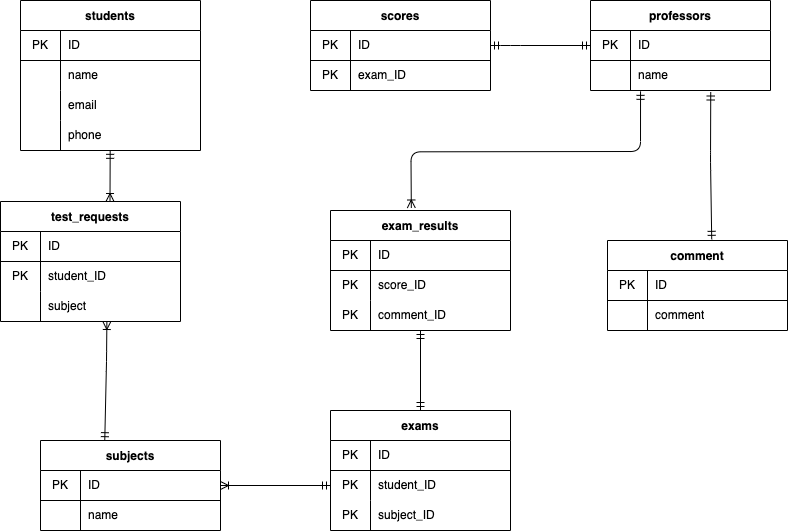
Earlier version of the draw.io export exercice.drawio.png (diaaa0219/drawio_exercice8). Source tidied: cells renumbered, new cells last; positions are measured from the earlier drawing's top-left corner, leaving out a move shared by most shapes.
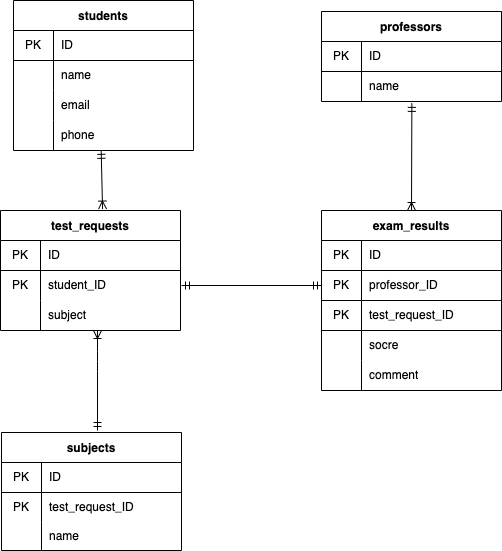
The same diagram one commit later.

Diff of the diagram source:
```diff
@@ -3,7 +3,7 @@
     <mxCell id="0" />
     <mxCell id="1" parent="0" />
     <mxCell id="2" value="students" style="shape=table;startSize=30;rowLines=0;fontStyle=1;align=center;" parent="1" vertex="1">
-      <mxGeometry x="20" width="180" height="150" as="geometry" />
+      <mxGeometry x="22" width="180" height="150" as="geometry" />
     </mxCell>
     <mxCell id="3" style="shape=partialRectangle;html=1;whiteSpace=wrap;fillColor=none;top=0;left=0;bottom=1;right=0;" parent="2" vertex="1">
       <mxGeometry y="30" width="180" height="30" as="geometry" />
@@ -41,47 +41,13 @@
     <mxCell id="14" value="phone" style="shape=partialRectangle;html=1;whiteSpace=wrap;fillColor=none;top=0;left=0;bottom=0;right=0;align=left;spacingLeft=6;overflow=hidden;" parent="12" vertex="1">
       <mxGeometry x="40" width="140" height="30" as="geometry" />
     </mxCell>
-    <mxCell id="15" style="edgeStyle=none;html=1;exitX=0.5;exitY=0;exitDx=0;exitDy=0;endArrow=ERmandOne;endFill=0;startArrow=ERoneToMany;startFill=0;entryX=0.501;entryY=0.961;entryDx=0;entryDy=0;entryPerimeter=0;" parent="1" edge="1">
+    <mxCell id="15" style="edgeStyle=none;html=1;exitX=0.567;exitY=-0.012;exitDx=0;exitDy=0;endArrow=ERmandOne;endFill=0;startArrow=ERoneToMany;startFill=0;entryX=0.501;entryY=0.961;entryDx=0;entryDy=0;entryPerimeter=0;exitPerimeter=0;" parent="1" edge="1" source="52">
       <mxGeometry relative="1" as="geometry">
-        <mxPoint x="109.5" y="201" as="sourcePoint" />
         <mxPoint x="109.7" y="149.8" as="targetPoint" />
       </mxGeometry>
     </mxCell>
-    <mxCell id="16" style="edgeStyle=none;html=1;exitX=0.5;exitY=0;exitDx=0;exitDy=0;entryX=0.5;entryY=1;entryDx=0;entryDy=0;startArrow=ERmandOne;startFill=0;endArrow=ERmandOne;endFill=0;" parent="1" edge="1" source="17" target="70">
-      <mxGeometry relative="1" as="geometry" />
-    </mxCell>
-    <mxCell id="17" value="exams" style="shape=table;startSize=30;rowLines=0;fontStyle=1;align=center;" parent="1" vertex="1">
-      <mxGeometry x="330" y="410" width="180" height="120" as="geometry" />
-    </mxCell>
-    <mxCell id="18" style="shape=partialRectangle;html=1;whiteSpace=wrap;fillColor=none;top=0;left=0;bottom=1;right=0;" parent="17" vertex="1">
-      <mxGeometry y="30" width="180" height="30" as="geometry" />
-    </mxCell>
-    <mxCell id="19" value="PK" style="shape=partialRectangle;html=1;whiteSpace=wrap;fillColor=none;top=0;left=0;bottom=0;right=0;overflow=hidden;" parent="18" vertex="1">
-      <mxGeometry width="40" height="30" as="geometry" />
-    </mxCell>
-    <mxCell id="20" value="ID" style="shape=partialRectangle;html=1;whiteSpace=wrap;fillColor=none;top=0;left=0;bottom=0;right=0;align=left;spacingLeft=6;overflow=hidden;" parent="18" vertex="1">
-      <mxGeometry x="40" width="140" height="30" as="geometry" />
-    </mxCell>
-    <mxCell id="21" style="shape=partialRectangle;html=1;whiteSpace=wrap;fillColor=none;top=0;left=0;bottom=0;right=0;points=[[0,0.5],[1,0.5]];portConstraint=eastwest;" parent="17" vertex="1">
-      <mxGeometry y="60" width="180" height="30" as="geometry" />
-    </mxCell>
-    <mxCell id="22" value="PK" style="shape=partialRectangle;html=1;whiteSpace=wrap;fillColor=none;top=0;left=0;bottom=0;right=0;overflow=hidden;" parent="21" vertex="1">
-      <mxGeometry width="40" height="30" as="geometry" />
-    </mxCell>
-    <mxCell id="23" value="student_ID" style="shape=partialRectangle;html=1;whiteSpace=wrap;fillColor=none;top=0;left=0;bottom=0;right=0;align=left;spacingLeft=6;overflow=hidden;" parent="21" vertex="1">
-      <mxGeometry x="40" width="140" height="30" as="geometry" />
-    </mxCell>
-    <mxCell id="24" style="shape=partialRectangle;html=1;whiteSpace=wrap;fillColor=none;top=0;left=0;bottom=0;right=0;" parent="17" vertex="1">
-      <mxGeometry y="90" width="180" height="30" as="geometry" />
-    </mxCell>
-    <mxCell id="25" value="PK" style="shape=partialRectangle;html=1;whiteSpace=wrap;fillColor=none;top=0;left=0;bottom=0;right=0;overflow=hidden;" parent="24" vertex="1">
-      <mxGeometry width="40" height="30" as="geometry" />
-    </mxCell>
-    <mxCell id="26" value="subject_ID" style="shape=partialRectangle;html=1;whiteSpace=wrap;fillColor=none;top=0;left=0;bottom=0;right=0;align=left;spacingLeft=6;overflow=hidden;" parent="24" vertex="1">
-      <mxGeometry x="40" width="140" height="30" as="geometry" />
-    </mxCell>
     <mxCell id="27" value="professors" style="shape=table;startSize=30;rowLines=0;fontStyle=1;align=center;" parent="1" vertex="1">
-      <mxGeometry x="590" width="180" height="90" as="geometry" />
+      <mxGeometry x="330" y="11" width="180" height="90" as="geometry" />
     </mxCell>
     <mxCell id="28" style="shape=partialRectangle;html=1;whiteSpace=wrap;fillColor=none;top=0;left=0;bottom=1;right=0;points=[[0,0.5],[1,0.5]];portConstraint=eastwest;" parent="27" vertex="1">
       <mxGeometry y="30" width="180" height="30" as="geometry" />
@@ -101,80 +67,17 @@
     <mxCell id="33" value="name" style="shape=partialRectangle;html=1;whiteSpace=wrap;fillColor=none;top=0;left=0;bottom=0;right=0;align=left;spacingLeft=6;overflow=hidden;" parent="31" vertex="1">
       <mxGeometry x="40" width="140" height="30" as="geometry" />
     </mxCell>
-    <mxCell id="34" style="edgeStyle=none;html=1;entryX=0.668;entryY=1.05;entryDx=0;entryDy=0;startArrow=ERmandOne;startFill=0;endArrow=ERmandOne;endFill=0;entryPerimeter=0;exitX=0.579;exitY=-0.013;exitDx=0;exitDy=0;exitPerimeter=0;" parent="1" edge="1" source="45" target="31">
-      <mxGeometry relative="1" as="geometry">
-        <Array as="points">
-          <mxPoint x="710" y="160" />
-        </Array>
-      </mxGeometry>
-    </mxCell>
-    <mxCell id="35" style="edgeStyle=none;html=1;startArrow=ERmandOne;startFill=0;endArrow=ERmandOne;endFill=0;entryX=1;entryY=0.5;entryDx=0;entryDy=0;exitX=0;exitY=0.5;exitDx=0;exitDy=0;" parent="1" edge="1" source="28" target="39">
-      <mxGeometry relative="1" as="geometry">
-        <Array as="points">
-          <mxPoint x="510" y="45" />
-        </Array>
-      </mxGeometry>
-    </mxCell>
-    <mxCell id="36" style="edgeStyle=none;html=1;entryX=0.278;entryY=1.028;entryDx=0;entryDy=0;startArrow=ERoneToMany;startFill=0;endArrow=ERmandOne;endFill=0;entryPerimeter=0;exitX=0.449;exitY=-0.021;exitDx=0;exitDy=0;exitPerimeter=0;" parent="1" edge="1" source="70" target="31">
-      <mxGeometry relative="1" as="geometry">
-        <Array as="points">
-          <mxPoint x="410.5" y="151.3" />
-          <mxPoint x="640" y="151" />
-        </Array>
-      </mxGeometry>
-    </mxCell>
-    <mxCell id="37" style="edgeStyle=none;html=1;exitX=0.357;exitY=0.002;exitDx=0;exitDy=0;startArrow=ERmandOne;startFill=0;endArrow=ERoneToMany;endFill=0;entryX=0.591;entryY=0.967;entryDx=0;entryDy=0;entryPerimeter=0;exitPerimeter=0;" parent="1" edge="1" source="63">
+    <mxCell id="37" style="edgeStyle=none;html=1;startArrow=ERmandOne;startFill=0;endArrow=ERoneToMany;endFill=0;" parent="1" edge="1">
       <mxGeometry relative="1" as="geometry">
-        <mxPoint x="106.4" y="321" as="targetPoint" />
+        <mxPoint x="106" y="430" as="sourcePoint" />
+        <mxPoint x="106" y="330" as="targetPoint" />
         <Array as="points">
           <mxPoint x="106" y="361" />
         </Array>
       </mxGeometry>
     </mxCell>
-    <mxCell id="38" value="scores" style="shape=table;startSize=30;rowLines=0;fontStyle=1;align=center;" parent="1" vertex="1">
-      <mxGeometry x="310" width="180" height="90" as="geometry" />
-    </mxCell>
-    <mxCell id="39" style="shape=partialRectangle;html=1;whiteSpace=wrap;fillColor=none;top=0;left=0;bottom=1;right=0;points=[[0,0.5],[1,0.5]];portConstraint=eastwest;" parent="38" vertex="1">
-      <mxGeometry y="30" width="180" height="30" as="geometry" />
-    </mxCell>
-    <mxCell id="40" value="PK" style="shape=partialRectangle;html=1;whiteSpace=wrap;fillColor=none;top=0;left=0;bottom=0;right=0;overflow=hidden;" parent="39" vertex="1">
-      <mxGeometry width="40" height="30" as="geometry" />
-    </mxCell>
-    <mxCell id="41" value="ID" style="shape=partialRectangle;html=1;whiteSpace=wrap;fillColor=none;top=0;left=0;bottom=0;right=0;align=left;spacingLeft=6;overflow=hidden;" parent="39" vertex="1">
-      <mxGeometry x="40" width="140" height="30" as="geometry" />
-    </mxCell>
-    <mxCell id="42" style="shape=partialRectangle;html=1;whiteSpace=wrap;fillColor=none;top=0;left=0;bottom=0;right=0;" parent="38" vertex="1">
-      <mxGeometry y="60" width="180" height="30" as="geometry" />
-    </mxCell>
-    <mxCell id="43" value="PK" style="shape=partialRectangle;html=1;whiteSpace=wrap;fillColor=none;top=0;left=0;bottom=0;right=0;overflow=hidden;" parent="42" vertex="1">
-      <mxGeometry width="40" height="30" as="geometry" />
-    </mxCell>
-    <mxCell id="44" value="exam_ID" style="shape=partialRectangle;html=1;whiteSpace=wrap;fillColor=none;top=0;left=0;bottom=0;right=0;align=left;spacingLeft=6;overflow=hidden;" parent="42" vertex="1">
-      <mxGeometry x="40" width="140" height="30" as="geometry" />
-    </mxCell>
-    <mxCell id="45" value="comment" style="shape=table;startSize=30;rowLines=0;fontStyle=1;align=center;" parent="1" vertex="1">
-      <mxGeometry x="607" y="240" width="180" height="90" as="geometry" />
-    </mxCell>
-    <mxCell id="46" style="shape=partialRectangle;html=1;whiteSpace=wrap;fillColor=none;top=0;left=0;bottom=1;right=0;" parent="45" vertex="1">
-      <mxGeometry y="30" width="180" height="30" as="geometry" />
-    </mxCell>
-    <mxCell id="47" value="PK" style="shape=partialRectangle;html=1;whiteSpace=wrap;fillColor=none;top=0;left=0;bottom=0;right=0;overflow=hidden;" parent="46" vertex="1">
-      <mxGeometry width="40" height="30" as="geometry" />
-    </mxCell>
-    <mxCell id="48" value="ID" style="shape=partialRectangle;html=1;whiteSpace=wrap;fillColor=none;top=0;left=0;bottom=0;right=0;align=left;spacingLeft=6;overflow=hidden;" parent="46" vertex="1">
-      <mxGeometry x="40" width="140" height="30" as="geometry" />
-    </mxCell>
-    <mxCell id="49" style="shape=partialRectangle;html=1;whiteSpace=wrap;fillColor=none;top=0;left=0;bottom=0;right=0;" parent="45" vertex="1">
-      <mxGeometry y="60" width="180" height="30" as="geometry" />
-    </mxCell>
-    <mxCell id="50" style="shape=partialRectangle;html=1;whiteSpace=wrap;fillColor=none;top=0;left=0;bottom=0;right=0;overflow=hidden;" parent="49" vertex="1">
-      <mxGeometry width="40" height="30" as="geometry" />
-    </mxCell>
-    <mxCell id="51" value="comment" style="shape=partialRectangle;html=1;whiteSpace=wrap;fillColor=none;top=0;left=0;bottom=0;right=0;align=left;spacingLeft=6;overflow=hidden;" parent="49" vertex="1">
-      <mxGeometry x="40" width="140" height="30" as="geometry" />
-    </mxCell>
     <mxCell id="52" value="test_requests" style="shape=table;startSize=30;rowLines=0;fontStyle=1;align=center;" parent="1" vertex="1">
-      <mxGeometry y="201" width="180" height="120" as="geometry" />
+      <mxGeometry x="9" y="210" width="180" height="120" as="geometry" />
     </mxCell>
     <mxCell id="53" style="shape=partialRectangle;html=1;whiteSpace=wrap;fillColor=none;top=0;left=0;bottom=1;right=0;" parent="52" vertex="1">
       <mxGeometry y="30" width="180" height="30" as="geometry" />
@@ -203,11 +106,8 @@
     <mxCell id="61" value="subject" style="shape=partialRectangle;html=1;whiteSpace=wrap;fillColor=none;top=0;left=0;bottom=0;right=0;align=left;spacingLeft=6;overflow=hidden;" parent="59" vertex="1">
       <mxGeometry x="40" width="140" height="30" as="geometry" />
     </mxCell>
-    <mxCell id="62" style="edgeStyle=none;html=1;exitX=1;exitY=0.5;exitDx=0;exitDy=0;startArrow=ERoneToMany;startFill=0;endArrow=ERmandOne;endFill=0;entryX=0;entryY=0.5;entryDx=0;entryDy=0;" parent="1" edge="1" source="64" target="21">
-      <mxGeometry relative="1" as="geometry" />
-    </mxCell>
     <mxCell id="63" value="subjects" style="shape=table;startSize=30;rowLines=0;fontStyle=1;align=center;" parent="1" vertex="1">
-      <mxGeometry x="40" y="440" width="180" height="90" as="geometry" />
+      <mxGeometry x="10" y="432" width="180" height="118" as="geometry" />
     </mxCell>
     <mxCell id="64" style="shape=partialRectangle;html=1;whiteSpace=wrap;fillColor=none;top=0;left=0;bottom=1;right=0;points=[[0,0.5],[1,0.5]];portConstraint=eastwest;" parent="63" vertex="1">
       <mxGeometry y="30" width="180" height="30" as="geometry" />
@@ -221,14 +121,26 @@
     <mxCell id="67" style="shape=partialRectangle;html=1;whiteSpace=wrap;fillColor=none;top=0;left=0;bottom=0;right=0;" parent="63" vertex="1">
       <mxGeometry y="60" width="180" height="30" as="geometry" />
     </mxCell>
-    <mxCell id="68" style="shape=partialRectangle;html=1;whiteSpace=wrap;fillColor=none;top=0;left=0;bottom=0;right=0;overflow=hidden;" parent="67" vertex="1">
+    <mxCell id="68" value="PK" style="shape=partialRectangle;html=1;whiteSpace=wrap;fillColor=none;top=0;left=0;bottom=0;right=0;overflow=hidden;" parent="67" vertex="1">
       <mxGeometry width="40" height="30" as="geometry" />
     </mxCell>
-    <mxCell id="69" value="name" style="shape=partialRectangle;html=1;whiteSpace=wrap;fillColor=none;top=0;left=0;bottom=0;right=0;align=left;spacingLeft=6;overflow=hidden;" parent="67" vertex="1">
+    <mxCell id="69" value="test_request_ID" style="shape=partialRectangle;html=1;whiteSpace=wrap;fillColor=none;top=0;left=0;bottom=0;right=0;align=left;spacingLeft=6;overflow=hidden;" parent="67" vertex="1">
       <mxGeometry x="40" width="140" height="30" as="geometry" />
     </mxCell>
+    <mxCell id="80" style="shape=partialRectangle;html=1;whiteSpace=wrap;fillColor=none;top=0;left=0;bottom=0;right=0;" parent="63" vertex="1">
+      <mxGeometry y="90" width="180" height="28" as="geometry" />
+    </mxCell>
+    <mxCell id="81" style="shape=partialRectangle;html=1;whiteSpace=wrap;fillColor=none;top=0;left=0;bottom=0;right=0;overflow=hidden;" parent="80" vertex="1">
+      <mxGeometry width="40" height="28" as="geometry" />
+    </mxCell>
+    <mxCell id="82" value="name" style="shape=partialRectangle;html=1;whiteSpace=wrap;fillColor=none;top=0;left=0;bottom=0;right=0;align=left;spacingLeft=6;overflow=hidden;" parent="80" vertex="1">
+      <mxGeometry x="40" width="140" height="28" as="geometry" />
+    </mxCell>
+    <mxCell id="36" style="edgeStyle=none;html=1;exitX=0.5;exitY=0;exitDx=0;exitDy=0;entryX=0.502;entryY=1.063;entryDx=0;entryDy=0;entryPerimeter=0;startArrow=ERoneToMany;startFill=0;endArrow=ERmandOne;endFill=0;" parent="1" edge="1" source="70" target="31">
+      <mxGeometry relative="1" as="geometry" />
+    </mxCell>
     <mxCell id="70" value="exam_results" style="shape=table;startSize=30;rowLines=0;fontStyle=1;align=center;" parent="1" vertex="1">
-      <mxGeometry x="330" y="210" width="180" height="120" as="geometry" />
+      <mxGeometry x="330" y="210" width="180" height="180" as="geometry" />
     </mxCell>
     <mxCell id="71" style="shape=partialRectangle;html=1;whiteSpace=wrap;fillColor=none;top=0;left=0;bottom=1;right=0;" parent="70" vertex="1">
       <mxGeometry y="30" width="180" height="30" as="geometry" />
@@ -239,23 +151,46 @@
     <mxCell id="73" value="ID" style="shape=partialRectangle;html=1;whiteSpace=wrap;fillColor=none;top=0;left=0;bottom=0;right=0;align=left;spacingLeft=6;overflow=hidden;" parent="71" vertex="1">
       <mxGeometry x="40" width="140" height="30" as="geometry" />
     </mxCell>
+    <mxCell id="83" style="shape=partialRectangle;html=1;whiteSpace=wrap;fillColor=none;top=0;left=0;bottom=1;right=0;points=[[0,0.5],[1,0.5]];portConstraint=eastwest;" parent="70" vertex="1">
+      <mxGeometry y="60" width="180" height="30" as="geometry" />
+    </mxCell>
+    <mxCell id="84" value="PK" style="shape=partialRectangle;html=1;whiteSpace=wrap;fillColor=none;top=0;left=0;bottom=0;right=0;overflow=hidden;" parent="83" vertex="1">
+      <mxGeometry width="40" height="30" as="geometry" />
+    </mxCell>
+    <mxCell id="85" value="professor_ID" style="shape=partialRectangle;html=1;whiteSpace=wrap;fillColor=none;top=0;left=0;bottom=0;right=0;align=left;spacingLeft=6;overflow=hidden;" parent="83" vertex="1">
+      <mxGeometry x="40" width="140" height="30" as="geometry" />
+    </mxCell>
+    <mxCell id="86" style="shape=partialRectangle;html=1;whiteSpace=wrap;fillColor=none;top=0;left=0;bottom=1;right=0;" parent="70" vertex="1">
+      <mxGeometry y="90" width="180" height="30" as="geometry" />
+    </mxCell>
+    <mxCell id="87" value="PK" style="shape=partialRectangle;html=1;whiteSpace=wrap;fillColor=none;top=0;left=0;bottom=0;right=0;overflow=hidden;" parent="86" vertex="1">
+      <mxGeometry width="40" height="30" as="geometry" />
+    </mxCell>
+    <mxCell id="88" value="test_request_ID" style="shape=partialRectangle;html=1;whiteSpace=wrap;fillColor=none;top=0;left=0;bottom=0;right=0;align=left;spacingLeft=6;overflow=hidden;" parent="86" vertex="1">
+      <mxGeometry x="40" width="140" height="30" as="geometry" />
+    </mxCell>
     <mxCell id="74" style="shape=partialRectangle;html=1;whiteSpace=wrap;fillColor=none;top=0;left=0;bottom=0;right=0;" parent="70" vertex="1">
-      <mxGeometry y="60" width="180" height="30" as="geometry" />
+      <mxGeometry y="120" width="180" height="30" as="geometry" />
     </mxCell>
-    <mxCell id="75" value="PK" style="shape=partialRectangle;html=1;whiteSpace=wrap;fillColor=none;top=0;left=0;bottom=0;right=0;overflow=hidden;" parent="74" vertex="1">
+    <mxCell id="75" style="shape=partialRectangle;html=1;whiteSpace=wrap;fillColor=none;top=0;left=0;bottom=0;right=0;overflow=hidden;" parent="74" vertex="1">
       <mxGeometry width="40" height="30" as="geometry" />
     </mxCell>
-    <mxCell id="76" value="score_ID" style="shape=partialRectangle;html=1;whiteSpace=wrap;fillColor=none;top=0;left=0;bottom=0;right=0;align=left;spacingLeft=6;overflow=hidden;" parent="74" vertex="1">
+    <mxCell id="76" value="socre" style="shape=partialRectangle;html=1;whiteSpace=wrap;fillColor=none;top=0;left=0;bottom=0;right=0;align=left;spacingLeft=6;overflow=hidden;" parent="74" vertex="1">
       <mxGeometry x="40" width="140" height="30" as="geometry" />
     </mxCell>
     <mxCell id="77" style="shape=partialRectangle;html=1;whiteSpace=wrap;fillColor=none;top=0;left=0;bottom=0;right=0;" parent="70" vertex="1">
-      <mxGeometry y="90" width="180" height="30" as="geometry" />
+      <mxGeometry y="150" width="180" height="30" as="geometry" />
     </mxCell>
-    <mxCell id="78" value="PK" style="shape=partialRectangle;html=1;whiteSpace=wrap;fillColor=none;top=0;left=0;bottom=0;right=0;overflow=hidden;" parent="77" vertex="1">
+    <mxCell id="78" style="shape=partialRectangle;html=1;whiteSpace=wrap;fillColor=none;top=0;left=0;bottom=0;right=0;overflow=hidden;" parent="77" vertex="1">
       <mxGeometry width="40" height="30" as="geometry" />
     </mxCell>
-    <mxCell id="79" value="comment_ID" style="shape=partialRectangle;html=1;whiteSpace=wrap;fillColor=none;top=0;left=0;bottom=0;right=0;align=left;spacingLeft=6;overflow=hidden;" parent="77" vertex="1">
+    <mxCell id="79" value="comment" style="shape=partialRectangle;html=1;whiteSpace=wrap;fillColor=none;top=0;left=0;bottom=0;right=0;align=left;spacingLeft=6;overflow=hidden;" parent="77" vertex="1">
       <mxGeometry x="40" width="140" height="30" as="geometry" />
     </mxCell>
+    <mxCell id="89" style="edgeStyle=none;html=1;entryX=0;entryY=0.5;entryDx=0;entryDy=0;startArrow=ERmandOne;startFill=0;endArrow=ERmandOne;endFill=0;" parent="1" edge="1" target="83">
+      <mxGeometry relative="1" as="geometry">
+        <mxPoint x="190" y="285" as="sourcePoint" />
+      </mxGeometry>
+    </mxCell>
   </root>
 </mxGraphModel>
```
